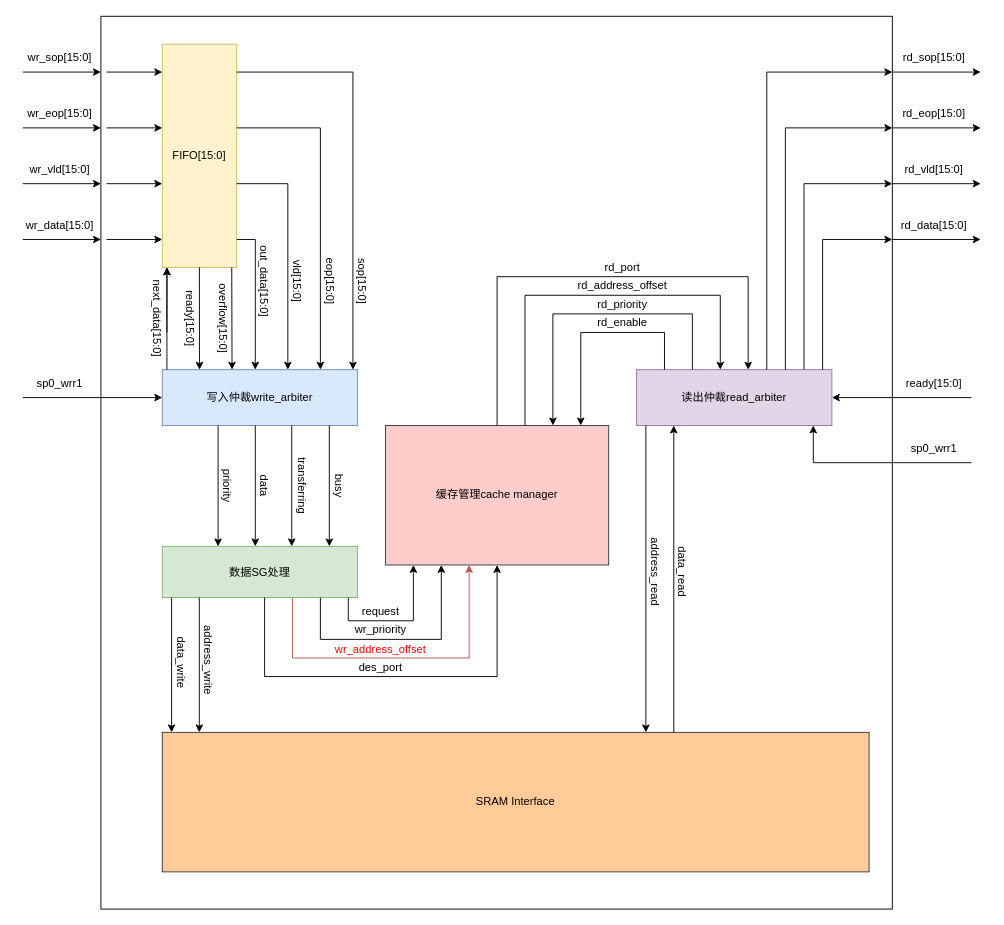
miilTgy/sram_ctl keeps this draw.io diagram as system_blocks/system_block.drawio. Above is the earlier version. Source tidied: cells renumbered, new cells numbered last; positions are measured from the earlier drawing's top-left corner, leaving out a move shared by most shapes. Both pictures are drawn from the tidied source at 93%, with x=0, y=0 at pixel (22, 16).
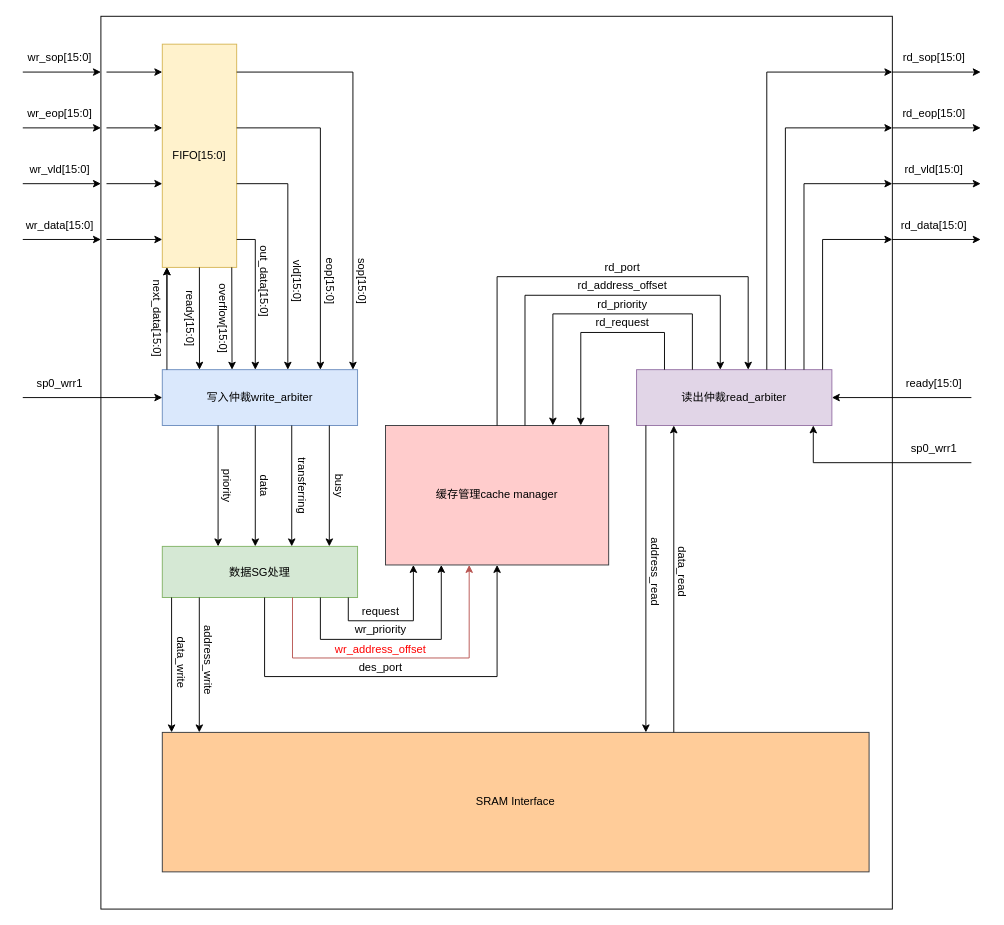
Above is the later version.

Commit message (it also covers changes not shown here):
Modified system_blocks.

The edit, as a diff of the source:
```diff
@@
-    <mxCell id="57" value="rd_enable" style="text;html=1;align=center;verticalAlign=middle;whiteSpace=wrap;rounded=0;" parent="1" vertex="1">
+    <mxCell id="57" value="rd_request" style="text;html=1;align=center;verticalAlign=middle;whiteSpace=wrap;rounded=0;" parent="1" vertex="1">
       <mxGeometry x="615" y="315" width="60" height="30" as="geometry" />
     </mxCell>
```
